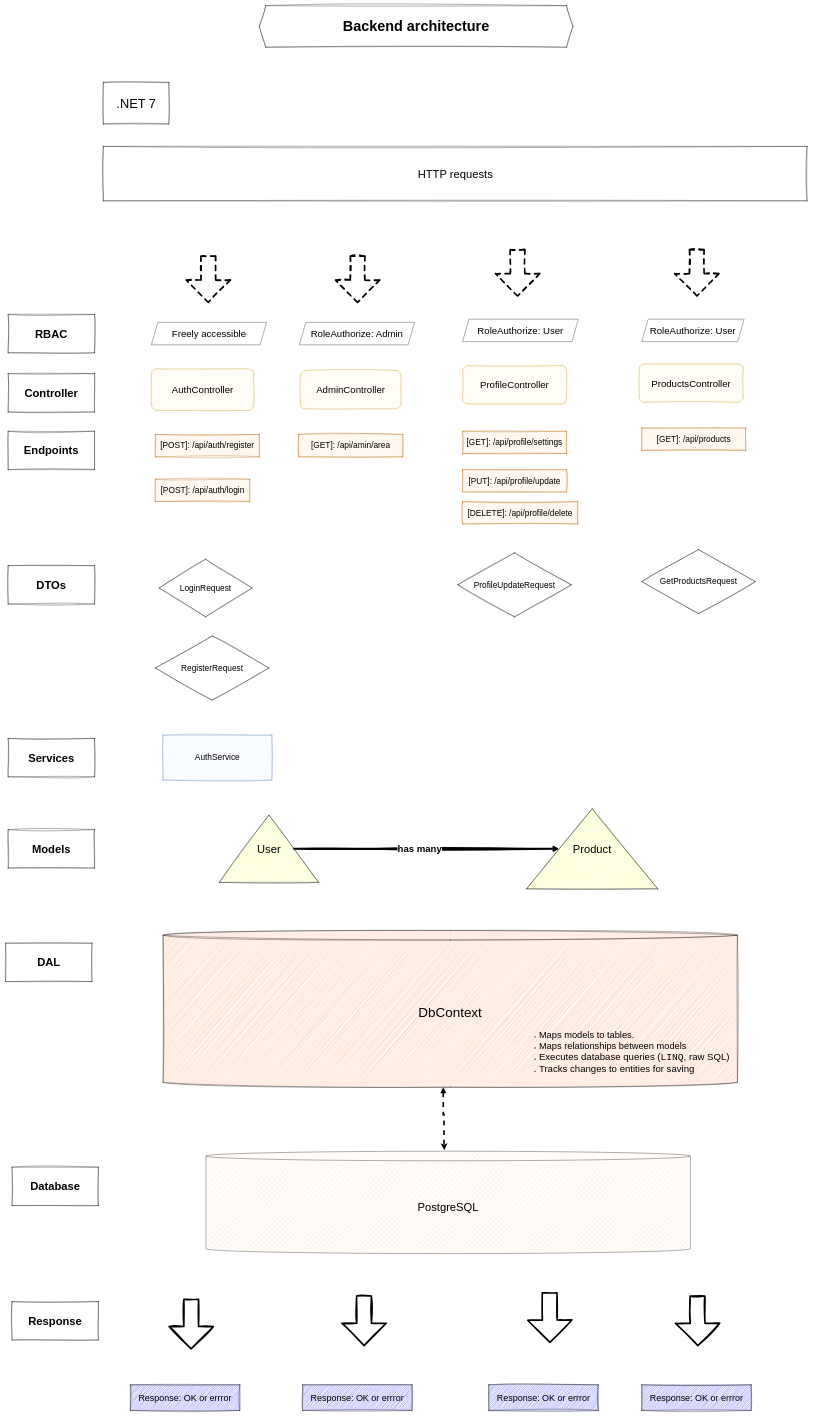
Before: diagrams/drawio/backend-setup.drawio in Eliasdb/eDB, a draw.io diagram. Source tidied: cells renumbered, new cells numbered last; positions are measured from the earlier drawing's top-left corner, leaving out a move shared by most shapes. Both pictures are drawn from the tidied source at 32%, with x=0, y=0 at pixel (5, 5).
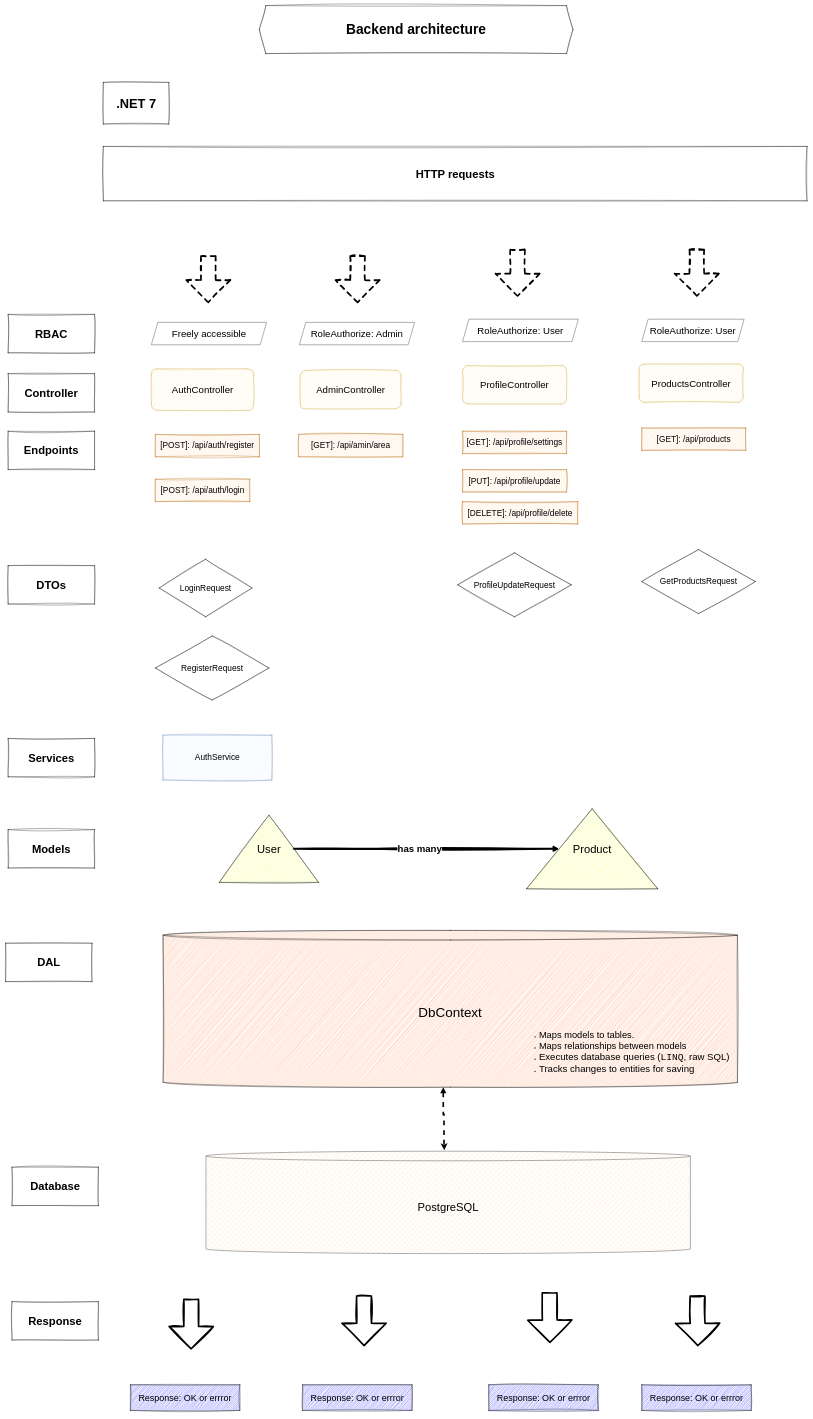
Above is the later version.

Diff of the diagram source:
```diff
@@
-    <mxCell id="5" value="&lt;font style=&quot;font-size: 35px;&quot;&gt;HTTP requests&lt;/font&gt;" style="rounded=0;whiteSpace=wrap;html=1;sketch=1;curveFitting=1;jiggle=2;" parent="1" vertex="1">
+    <mxCell id="5" value="&lt;font style=&quot;font-size: 35px;&quot;&gt;&lt;b&gt;HTTP requests&lt;/b&gt;&lt;/font&gt;" style="rounded=0;whiteSpace=wrap;html=1;sketch=1;curveFitting=1;jiggle=2;" parent="1" vertex="1">
       <mxGeometry x="305.5" y="440" width="2199" height="170" as="geometry" />
     </mxCell>
@@
-    <mxCell id="13" value="&lt;font style=&quot;font-size: 45px;&quot;&gt;&lt;b&gt;Backend architecture&lt;/b&gt;&lt;/font&gt;" style="shape=hexagon;perimeter=hexagonPerimeter2;whiteSpace=wrap;html=1;fixedSize=1;sketch=1;curveFitting=1;jiggle=2;" parent="1" vertex="1">
-      <mxGeometry x="793" width="980" height="130" as="geometry" />
+    <mxCell id="13" value="&lt;font style=&quot;font-size: 43px;&quot;&gt;&lt;b style=&quot;&quot;&gt;Backend architecture&lt;/b&gt;&lt;/font&gt;" style="shape=hexagon;perimeter=hexagonPerimeter2;whiteSpace=wrap;html=1;fixedSize=1;sketch=1;curveFitting=1;jiggle=2;" parent="1" vertex="1">
+      <mxGeometry x="793" width="980" height="150" as="geometry" />
     </mxCell>
-    <mxCell id="14" value="&lt;font style=&quot;font-size: 40px;&quot;&gt;.NET 7&lt;/font&gt;" style="rounded=0;whiteSpace=wrap;html=1;sketch=1;curveFitting=1;jiggle=2;" parent="1" vertex="1">
+    <mxCell id="14" value="&lt;font style=&quot;font-size: 40px;&quot;&gt;&lt;b&gt;.NET 7&lt;/b&gt;&lt;/font&gt;" style="rounded=0;whiteSpace=wrap;html=1;sketch=1;curveFitting=1;jiggle=2;" parent="1" vertex="1">
       <mxGeometry x="305.5" y="240" width="204.5" height="130" as="geometry" />
     </mxCell>
```
